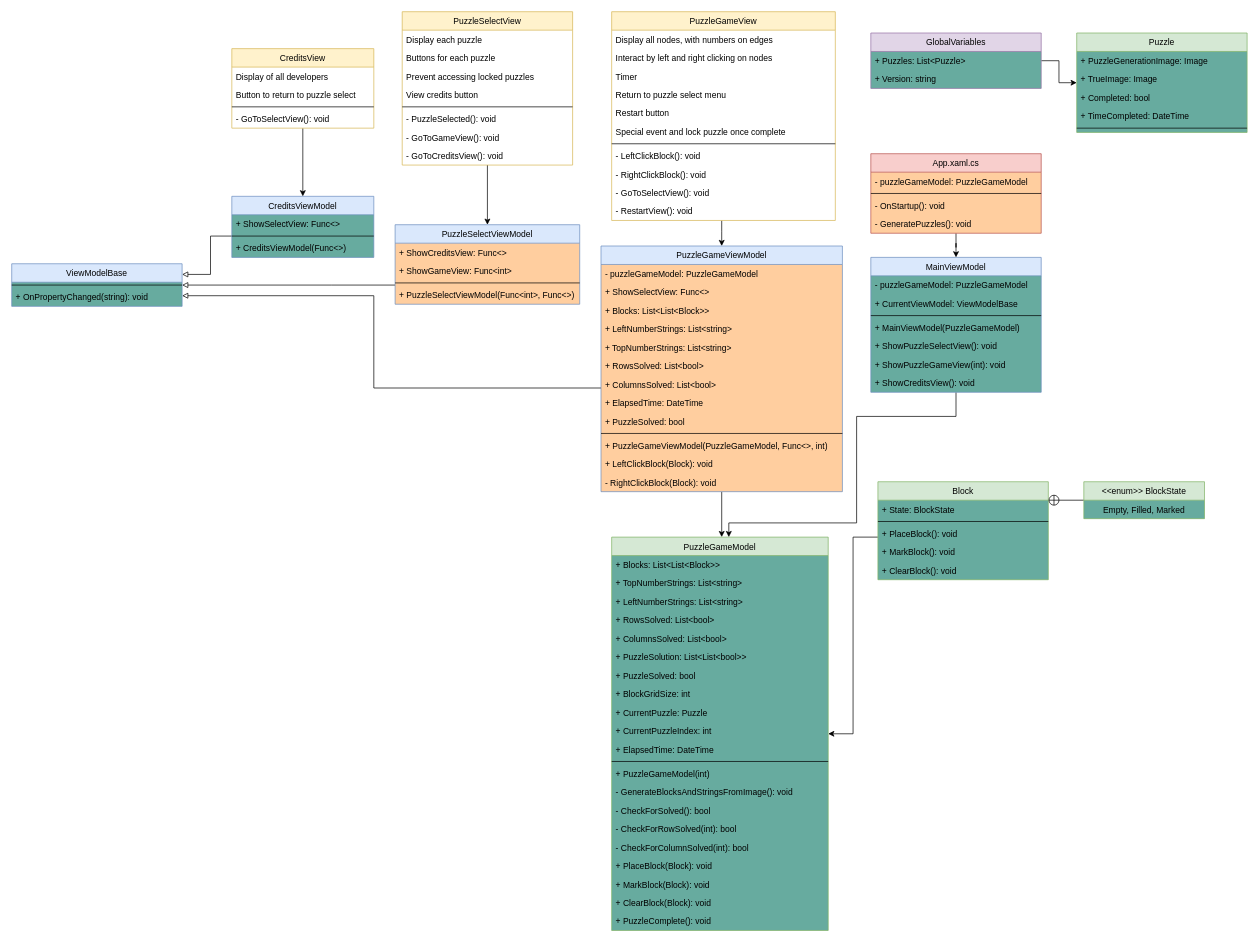
Earlier version of the draw.io diagram Source/Grombcross UML.drawio (BagelMaster5000/Grombcross). Source tidied: cells renumbered, new cells numbered last; positions are measured from the earlier drawing's top-left corner, leaving out a move shared by most shapes. Both pictures are drawn from the tidied source at 71%, with x=0, y=0 at pixel (11, 11).
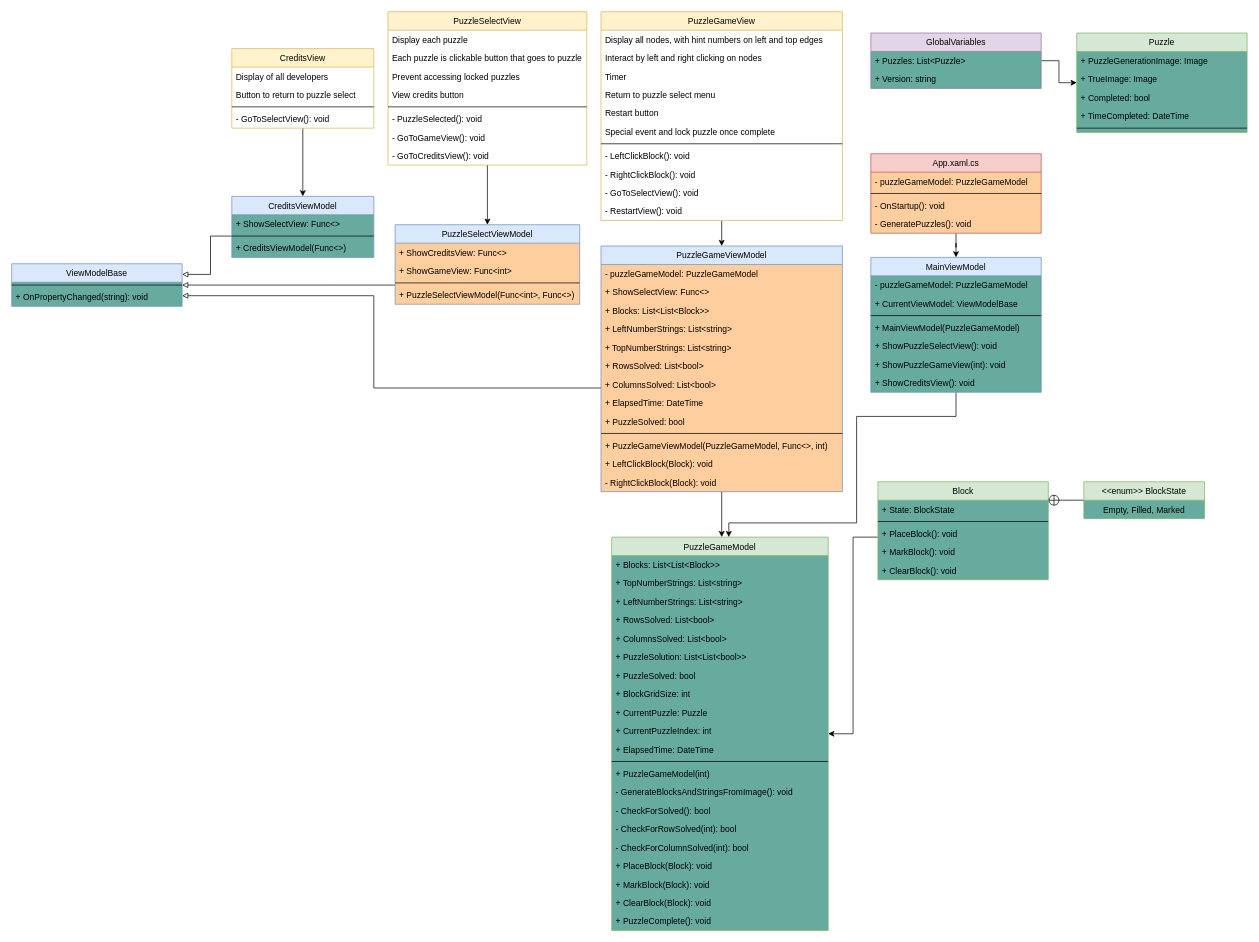
Above is the later version.

Commit message (it also covers changes not shown here):
Left and top hint lines are now rendered

What changed in the source:
```diff
@@
     <mxCell id="3" value="PuzzleSelectView" style="swimlane;fontStyle=0;align=center;verticalAlign=top;horizontal=1;startSize=26;rounded=0;shadow=0;strokeWidth=1;fillColor=#fff2cc;strokeColor=#d6b656;swimlaneFillColor=#FFFFFF;fontColor=#000000;" parent="1" vertex="1">
-      <mxGeometry x="550" width="240" height="216" as="geometry" />
+      <mxGeometry x="530" width="280" height="216" as="geometry" />
     </mxCell>
     <mxCell id="4" value="Display each puzzle" style="text;align=left;verticalAlign=top;spacingLeft=4;spacingRight=4;overflow=hidden;rounded=0;shadow=0;html=0;fontColor=#000000;" parent="3" vertex="1">
-      <mxGeometry y="26" width="240" height="26" as="geometry" />
+      <mxGeometry y="26" width="280" height="26" as="geometry" />
     </mxCell>
-    <mxCell id="5" value="Buttons for each puzzle" style="text;align=left;verticalAlign=top;spacingLeft=4;spacingRight=4;overflow=hidden;rounded=0;shadow=0;html=0;fontColor=#000000;" parent="3" vertex="1">
-      <mxGeometry y="52" width="240" height="26" as="geometry" />
+    <mxCell id="5" value="Each puzzle is clickable button that goes to puzzle" style="text;align=left;verticalAlign=top;spacingLeft=4;spacingRight=4;overflow=hidden;rounded=0;shadow=0;html=0;fontColor=#000000;" parent="3" vertex="1">
+      <mxGeometry y="52" width="280" height="26" as="geometry" />
     </mxCell>
     <mxCell id="6" value="Prevent accessing locked puzzles" style="text;align=left;verticalAlign=top;spacingLeft=4;spacingRight=4;overflow=hidden;rounded=0;shadow=0;html=0;fontColor=#000000;" parent="3" vertex="1">
-      <mxGeometry y="78" width="240" height="26" as="geometry" />
+      <mxGeometry y="78" width="280" height="26" as="geometry" />
     </mxCell>
     <mxCell id="7" value="View credits button" style="text;align=left;verticalAlign=top;spacingLeft=4;spacingRight=4;overflow=hidden;rounded=0;shadow=0;html=0;fontColor=#000000;" parent="3" vertex="1">
-      <mxGeometry y="104" width="240" height="26" as="geometry" />
+      <mxGeometry y="104" width="280" height="26" as="geometry" />
     </mxCell>
     <mxCell id="8" style="line;html=1;strokeWidth=1;align=left;verticalAlign=middle;spacingTop=-1;spacingLeft=3;spacingRight=3;labelPosition=right;fontColor=#000000;" parent="3" vertex="1">
-      <mxGeometry y="130" width="240" height="8" as="geometry" />
+      <mxGeometry y="130" width="280" height="8" as="geometry" />
     </mxCell>
     <mxCell id="9" value="- PuzzleSelected(): void" style="text;align=left;verticalAlign=top;spacingLeft=4;spacingRight=4;overflow=hidden;rounded=0;shadow=0;html=0;fontColor=#000000;" parent="3" vertex="1">
-      <mxGeometry y="138" width="240" height="26" as="geometry" />
+      <mxGeometry y="138" width="280" height="26" as="geometry" />
     </mxCell>
     <mxCell id="10" value="- GoToGameView(): void" style="text;align=left;verticalAlign=top;spacingLeft=4;spacingRight=4;overflow=hidden;rounded=0;shadow=0;html=0;fontColor=#000000;" parent="3" vertex="1">
-      <mxGeometry y="164" width="240" height="26" as="geometry" />
+      <mxGeometry y="164" width="280" height="26" as="geometry" />
     </mxCell>
     <mxCell id="11" value="- GoToCreditsView(): void" style="text;align=left;verticalAlign=top;spacingLeft=4;spacingRight=4;overflow=hidden;rounded=0;shadow=0;html=0;fontColor=#000000;" parent="3" vertex="1">
-      <mxGeometry y="190" width="240" height="26" as="geometry" />
+      <mxGeometry y="190" width="280" height="26" as="geometry" />
     </mxCell>
@@
     <mxCell id="24" value="PuzzleGameView" style="swimlane;fontStyle=0;align=center;verticalAlign=top;horizontal=1;startSize=26;rounded=0;shadow=0;strokeWidth=1;fillColor=#fff2cc;strokeColor=#d6b656;swimlaneFillColor=#FFFFFF;fontColor=#000000;" parent="1" vertex="1">
-      <mxGeometry x="845" width="315" height="294" as="geometry" />
+      <mxGeometry x="830" width="340" height="294" as="geometry" />
     </mxCell>
-    <mxCell id="25" value="Display all nodes, with numbers on edges" style="text;align=left;verticalAlign=top;spacingLeft=4;spacingRight=4;overflow=hidden;rounded=0;shadow=0;html=0;fontColor=#000000;" parent="24" vertex="1">
-      <mxGeometry y="26" width="315" height="26" as="geometry" />
+    <mxCell id="25" value="Display all nodes, with hint numbers on left and top edges" style="text;align=left;verticalAlign=top;spacingLeft=4;spacingRight=4;overflow=hidden;rounded=0;shadow=0;html=0;fontColor=#000000;" parent="24" vertex="1">
+      <mxGeometry y="26" width="340" height="26" as="geometry" />
     </mxCell>
     <mxCell id="26" value="Interact by left and right clicking on nodes" style="text;align=left;verticalAlign=top;spacingLeft=4;spacingRight=4;overflow=hidden;rounded=0;shadow=0;html=0;fontColor=#000000;" parent="24" vertex="1">
-      <mxGeometry y="52" width="315" height="26" as="geometry" />
+      <mxGeometry y="52" width="340" height="26" as="geometry" />
     </mxCell>
     <mxCell id="27" value="Timer" style="text;align=left;verticalAlign=top;spacingLeft=4;spacingRight=4;overflow=hidden;rounded=0;shadow=0;html=0;fontColor=#000000;" parent="24" vertex="1">
-      <mxGeometry y="78" width="315" height="26" as="geometry" />
+      <mxGeometry y="78" width="340" height="26" as="geometry" />
     </mxCell>
     <mxCell id="28" value="Return to puzzle select menu" style="text;align=left;verticalAlign=top;spacingLeft=4;spacingRight=4;overflow=hidden;rounded=0;shadow=0;html=0;fontColor=#000000;" parent="24" vertex="1">
-      <mxGeometry y="104" width="315" height="26" as="geometry" />
+      <mxGeometry y="104" width="340" height="26" as="geometry" />
     </mxCell>
     <mxCell id="29" value="Restart button" style="text;align=left;verticalAlign=top;spacingLeft=4;spacingRight=4;overflow=hidden;rounded=0;shadow=0;html=0;fontColor=#000000;" parent="24" vertex="1">
-      <mxGeometry y="130" width="315" height="26" as="geometry" />
+      <mxGeometry y="130" width="340" height="26" as="geometry" />
     </mxCell>
     <mxCell id="30" value="Special event and lock puzzle once complete" style="text;align=left;verticalAlign=top;spacingLeft=4;spacingRight=4;overflow=hidden;rounded=0;shadow=0;html=0;fontColor=#000000;" parent="24" vertex="1">
-      <mxGeometry y="156" width="315" height="26" as="geometry" />
+      <mxGeometry y="156" width="340" height="26" as="geometry" />
     </mxCell>
     <mxCell id="31" style="line;html=1;strokeWidth=1;align=left;verticalAlign=middle;spacingTop=-1;spacingLeft=3;spacingRight=3;labelPosition=right;fontColor=#000000;" parent="24" vertex="1">
-      <mxGeometry y="182" width="315" height="8" as="geometry" />
+      <mxGeometry y="182" width="340" height="8" as="geometry" />
     </mxCell>
     <mxCell id="32" value="- LeftClickBlock(): void" style="text;align=left;verticalAlign=top;spacingLeft=4;spacingRight=4;overflow=hidden;rounded=0;shadow=0;html=0;fontColor=#000000;" parent="24" vertex="1">
-      <mxGeometry y="190" width="315" height="26" as="geometry" />
+      <mxGeometry y="190" width="340" height="26" as="geometry" />
     </mxCell>
     <mxCell id="33" value="- RightClickBlock(): void" style="text;align=left;verticalAlign=top;spacingLeft=4;spacingRight=4;overflow=hidden;rounded=0;shadow=0;html=0;fontColor=#000000;" parent="24" vertex="1">
-      <mxGeometry y="216" width="315" height="26" as="geometry" />
+      <mxGeometry y="216" width="340" height="26" as="geometry" />
     </mxCell>
     <mxCell id="34" value="- GoToSelectView(): void" style="text;align=left;verticalAlign=top;spacingLeft=4;spacingRight=4;overflow=hidden;rounded=0;shadow=0;html=0;fontColor=#000000;" parent="24" vertex="1">
-      <mxGeometry y="242" width="315" height="26" as="geometry" />
+      <mxGeometry y="242" width="340" height="26" as="geometry" />
     </mxCell>
     <mxCell id="35" value="- RestartView(): void" style="text;align=left;verticalAlign=top;spacingLeft=4;spacingRight=4;overflow=hidden;rounded=0;shadow=0;html=0;fontColor=#000000;" parent="24" vertex="1">
-      <mxGeometry y="268" width="315" height="26" as="geometry" />
+      <mxGeometry y="268" width="340" height="26" as="geometry" />
     </mxCell>
```
